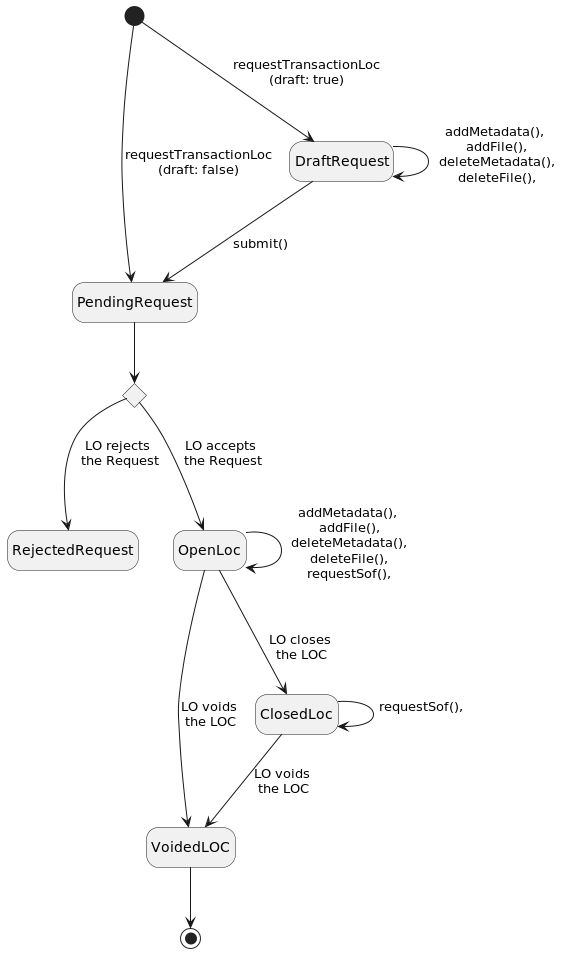
Before: website/docs/client/img/loc-state.png, a diagram exported from PlantUML (MrSwartsBang/crypto-ecosystems).
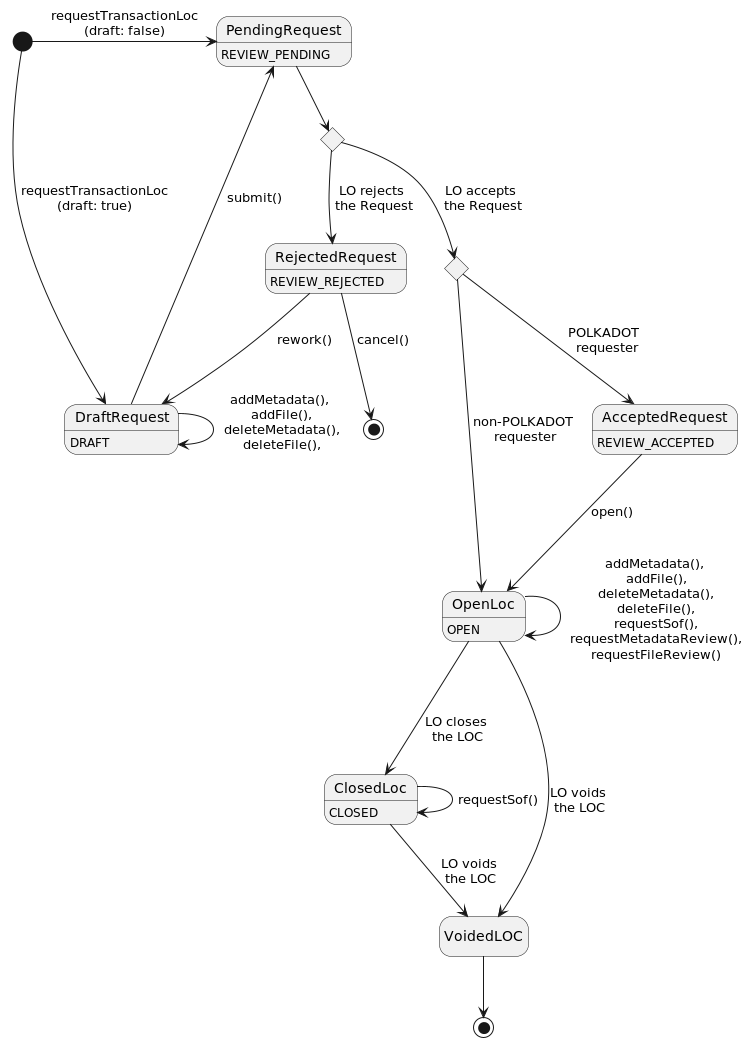
The same file after the commit.

Commit message:
feat: client: enable LOC creation by requester.

The edit, as a diff of the source:
```diff
@@ -1,17 +1,30 @@
 @startuml
 hide empty description
+state "CancelledRequest" as CancelledRequest <<end>>
 state "Decision" as decision <<choice>>
-[*] --> PendingRequest: requestTransactionLoc\n(draft: false)
+state "PolkadotRequester" as polkadotRequester <<choice>>
+DraftRequest : DRAFT
+PendingRequest : REVIEW_PENDING
+OpenLoc : OPEN
+RejectedRequest : REVIEW_REJECTED
+ClosedLoc : CLOSED
+AcceptedRequest : REVIEW_ACCEPTED
+[*] -right-> PendingRequest: requestTransactionLoc\n(draft: false)
 [*] --> DraftRequest: requestTransactionLoc\n(draft: true)
 DraftRequest --> DraftRequest: addMetadata(),\n addFile(),\n deleteMetadata(),\n deleteFile(),\n
 DraftRequest --> PendingRequest: submit()
 PendingRequest --> decision
 decision --> RejectedRequest: LO rejects\n the Request
-decision --> OpenLoc: LO accepts\n the Request
+decision --> polkadotRequester: LO accepts\n the Request
+polkadotRequester --> OpenLoc: non-POLKADOT\n requester
+polkadotRequester --> AcceptedRequest: POLKADOT\n  requester
+AcceptedRequest --> OpenLoc: open()
 OpenLoc --> VoidedLOC: LO voids\n the LOC
 OpenLoc --> ClosedLoc: LO closes\n the LOC
 ClosedLoc --> VoidedLOC: LO voids\n the LOC
 VoidedLOC --> [*]
-OpenLoc --> OpenLoc: addMetadata(),\n addFile(),\n deleteMetadata(),\n deleteFile(),\n requestSof(),\n
-ClosedLoc --> ClosedLoc: requestSof(),\n
+OpenLoc --> OpenLoc: addMetadata(),\n addFile(),\n deleteMetadata(),\n deleteFile(),\n requestSof(),\n requestMetadataReview(),\n requestFileReview()\n
+ClosedLoc --> ClosedLoc: requestSof()
+RejectedRequest --> CancelledRequest: cancel()
+RejectedRequest --> DraftRequest: rework()
 @enduml
```
